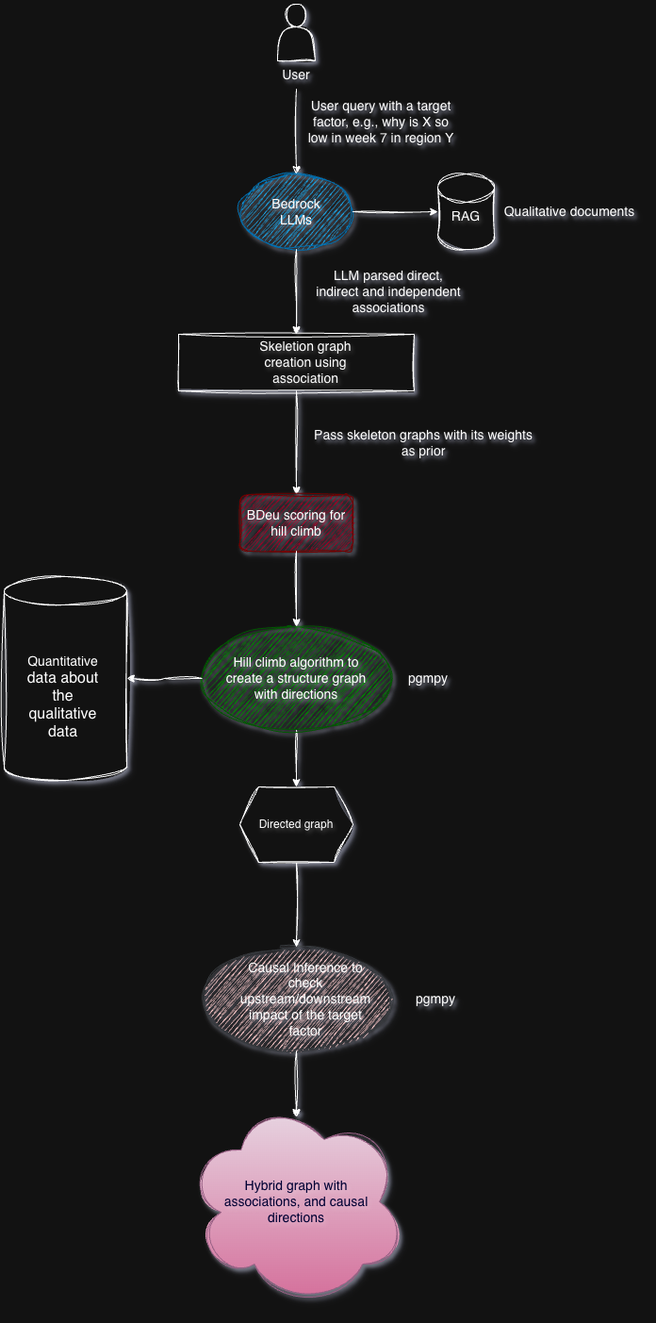
Above: docs/causalif_flow_arch.png in awslabs/causalif (draw.io), before the change. Source tidied: cells renumbered, new cells last; positions are measured from the earlier drawing's top-left corner, leaving out a move shared by most shapes.
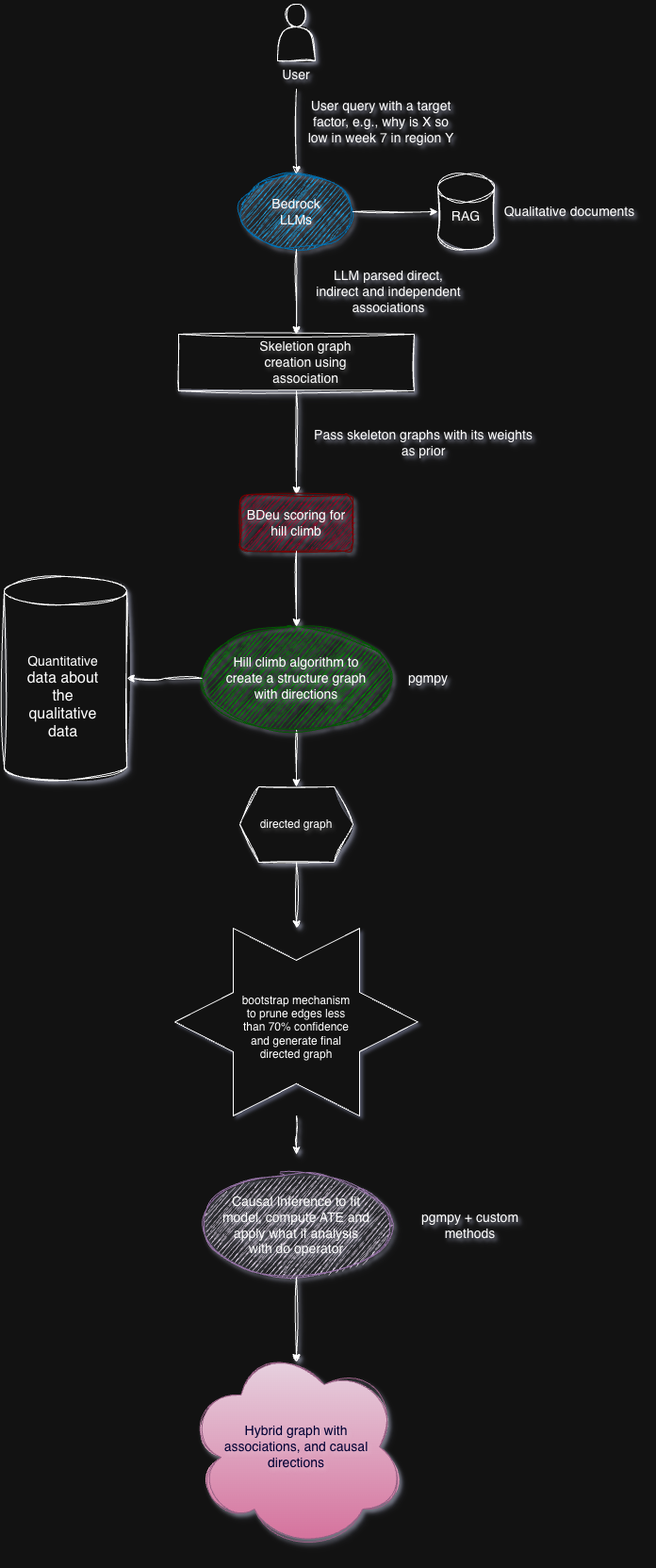
After the commit.

The edit, as a diff of the source:
```diff
@@ -2,8 +2,8 @@
   <root>
     <mxCell id="0" />
     <mxCell id="1" parent="0" />
-    <mxCell id="2" style="ellipse;whiteSpace=wrap;html=1;textShadow=1;sketch=1;curveFitting=1;jiggle=2;shadow=1;fillColor=#ffcccc;strokeColor=#36393d;" parent="1" vertex="1">
-      <mxGeometry x="210" y="1000" width="200" height="110" as="geometry" />
+    <mxCell id="2" style="ellipse;whiteSpace=wrap;html=1;textShadow=1;sketch=1;curveFitting=1;jiggle=2;shadow=1;fillColor=#e1d5e7;strokeColor=#9673a6;" parent="1" vertex="1">
+      <mxGeometry x="210" y="1240" width="200" height="110" as="geometry" />
     </mxCell>
     <mxCell id="3" style="edgeStyle=orthogonalEdgeStyle;rounded=0;jettySize=auto;html=1;entryX=0.5;entryY=0;entryDx=0;entryDy=0;textShadow=1;sketch=1;curveFitting=1;jiggle=2;shadow=1;" parent="1" edge="1" source="4" target="19">
       <mxGeometry relative="1" as="geometry" />
@@ -56,17 +56,19 @@
         <mxPoint x="310" y="660" as="targetPoint" />
       </mxGeometry>
     </mxCell>
-    <mxCell id="18" style="edgeStyle=orthogonalEdgeStyle;rounded=0;jettySize=auto;html=1;entryX=0.5;entryY=0;entryDx=0;entryDy=0;shadow=1;sketch=1;curveFitting=1;jiggle=2;" parent="1" edge="1" source="19" target="2">
-      <mxGeometry relative="1" as="geometry" />
+    <mxCell id="18" style="edgeStyle=orthogonalEdgeStyle;rounded=0;jettySize=auto;html=1;shadow=1;sketch=1;curveFitting=1;jiggle=2;" parent="1" edge="1" source="36">
+      <mxGeometry relative="1" as="geometry">
+        <mxPoint x="310" y="1220" as="targetPoint" />
+      </mxGeometry>
     </mxCell>
-    <mxCell id="19" value="Directed graph" style="shape=hexagon;perimeter=hexagonPerimeter2;whiteSpace=wrap;html=1;fixedSize=1;textShadow=1;sketch=1;curveFitting=1;jiggle=2;shadow=1;" parent="1" vertex="1">
+    <mxCell id="19" value="directed graph" style="shape=hexagon;perimeter=hexagonPerimeter2;whiteSpace=wrap;html=1;fixedSize=1;textShadow=1;sketch=1;curveFitting=1;jiggle=2;shadow=1;" parent="1" vertex="1">
       <mxGeometry x="250" y="830" width="120" height="80" as="geometry" />
     </mxCell>
     <mxCell id="20" style="ellipse;shape=cloud;whiteSpace=wrap;html=1;textShadow=1;sketch=1;curveFitting=1;jiggle=2;shadow=1;fillColor=#e6d0de;strokeColor=#996185;gradientColor=#d5739d;" parent="1" vertex="1">
-      <mxGeometry x="192.5" y="1160" width="235" height="220" as="geometry" />
+      <mxGeometry x="192.5" y="1420" width="235" height="220" as="geometry" />
     </mxCell>
-    <mxCell id="21" value="&lt;font style=&quot;font-size: 14px;&quot;&gt;Causal Inference to check upstream/downstream impact of the target factor&lt;/font&gt;" style="text;html=1;whiteSpace=wrap;strokeColor=none;fillColor=none;align=center;verticalAlign=middle;rounded=0;textShadow=1;sketch=1;curveFitting=1;jiggle=2;shadow=1;" parent="1" vertex="1">
-      <mxGeometry x="240" y="1040" width="160" height="30" as="geometry" />
+    <mxCell id="21" value="&lt;font style=&quot;font-size: 14px;&quot;&gt;Causal Inference to fit model, compute ATE and apply what if analysis with do operator&lt;/font&gt;" style="text;html=1;whiteSpace=wrap;strokeColor=none;fillColor=none;align=center;verticalAlign=middle;rounded=0;textShadow=1;sketch=1;curveFitting=1;jiggle=2;shadow=1;" parent="1" vertex="1">
+      <mxGeometry x="230" y="1280" width="160" height="30" as="geometry" />
     </mxCell>
     <mxCell id="22" value="&lt;font style=&quot;font-size: 14px;&quot;&gt;User query with a target factor, e.g., why is X so low in week 7 in region Y&lt;/font&gt;" style="text;html=1;whiteSpace=wrap;strokeColor=none;fillColor=none;align=center;verticalAlign=middle;rounded=0;textShadow=1;sketch=1;curveFitting=1;jiggle=2;shadow=1;" parent="1" vertex="1">
       <mxGeometry x="320" y="110" width="160" height="30" as="geometry" />
@@ -100,16 +102,25 @@
       <mxGeometry x="420" y="700" width="60" height="30" as="geometry" />
     </mxCell>
     <mxCell id="31" value="&lt;font style=&quot;font-size: 14px; color: rgb(0, 0, 51);&quot;&gt;Hybrid graph with associations, and causal directions&lt;/font&gt;" style="text;html=1;whiteSpace=wrap;strokeColor=none;fillColor=none;align=center;verticalAlign=middle;rounded=0;textShadow=1;sketch=1;curveFitting=1;jiggle=2;shadow=1;" parent="1" vertex="1">
-      <mxGeometry x="230" y="1247.5" width="160" height="45" as="geometry" />
+      <mxGeometry x="230" y="1507.5" width="160" height="45" as="geometry" />
     </mxCell>
     <mxCell id="32" style="edgeStyle=orthogonalEdgeStyle;rounded=0;jettySize=auto;html=1;entryX=0.5;entryY=0.091;entryDx=0;entryDy=0;entryPerimeter=0;sketch=1;curveFitting=1;jiggle=2;shadow=1;" parent="1" edge="1" source="2" target="20">
       <mxGeometry relative="1" as="geometry" />
     </mxCell>
-    <mxCell id="33" value="&lt;font style=&quot;font-size: 14px;&quot;&gt;pgmpy&lt;/font&gt;" style="text;html=1;whiteSpace=wrap;strokeColor=none;fillColor=none;align=center;verticalAlign=middle;rounded=0;textShadow=1;sketch=1;curveFitting=1;jiggle=2;shadow=1;" parent="1" vertex="1">
-      <mxGeometry x="427.5" y="1040" width="60" height="30" as="geometry" />
+    <mxCell id="33" value="&lt;font style=&quot;font-size: 14px;&quot;&gt;pgmpy + custom methods&lt;/font&gt;" style="text;html=1;whiteSpace=wrap;strokeColor=none;fillColor=none;align=center;verticalAlign=middle;rounded=0;textShadow=1;sketch=1;curveFitting=1;jiggle=2;shadow=1;" parent="1" vertex="1">
+      <mxGeometry x="427.5" y="1280" width="132.5" height="30" as="geometry" />
     </mxCell>
     <mxCell id="34" value="&lt;div&gt;&lt;font style=&quot;font-size: 14px;&quot;&gt;Quantitative&lt;/font&gt;&lt;/div&gt;&lt;div&gt;&lt;font size=&quot;3&quot;&gt;data about the qualitative data&lt;/font&gt;&lt;/div&gt;" style="text;html=1;whiteSpace=wrap;strokeColor=none;fillColor=none;align=center;verticalAlign=middle;rounded=0;" parent="1" vertex="1">
       <mxGeometry x="20" y="720" width="85" height="30" as="geometry" />
     </mxCell>
+    <mxCell id="35" style="edgeStyle=orthogonalEdgeStyle;rounded=0;jettySize=auto;html=1;entryX=0.5;entryY=0;entryDx=0;entryDy=0;shadow=1;sketch=1;curveFitting=1;jiggle=2;" parent="1" edge="1" source="19" target="36">
+      <mxGeometry relative="1" as="geometry" />
+    </mxCell>
+    <mxCell id="36" style="verticalLabelPosition=bottom;verticalAlign=top;html=1;shape=mxgraph.basic.6_point_star;" parent="1" vertex="1">
+      <mxGeometry x="181.2" y="980" width="257.5" height="199" as="geometry" />
+    </mxCell>
+    <mxCell id="37" value="bootstrap mechanism to prune edges less than 70% confidence and generate final directed graph" style="text;html=1;whiteSpace=wrap;strokeColor=none;fillColor=none;align=center;verticalAlign=middle;rounded=0;" parent="1" vertex="1">
+      <mxGeometry x="250" y="1070" width="120" height="30" as="geometry" />
+    </mxCell>
   </root>
 </mxGraphModel>
```
